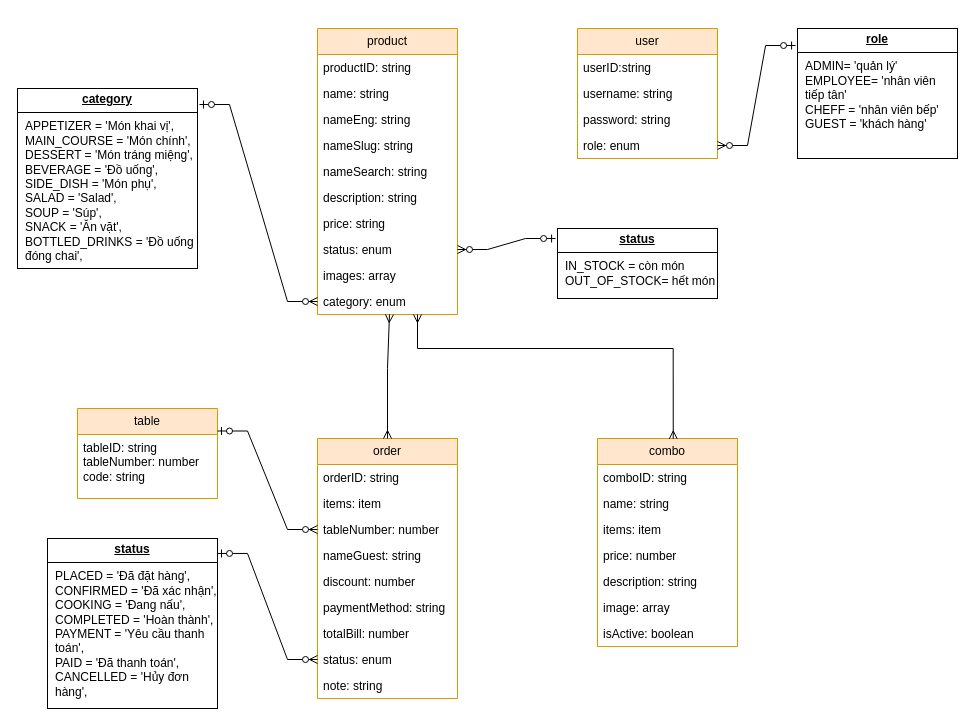
Above: page "thiết kế csdl" (2 of 3) of đề tài order bằng QR code của khách sạn balcona.drawio in phanvanhieu1/QRcode (draw.io), before the change. Source tidied: cells renumbered, new cells numbered last; positions are measured from the earlier drawing's top-left corner, leaving out a move shared by most shapes. Both pictures are drawn from the tidied source at 100%, with x=0, y=0 at pixel (17, 28).
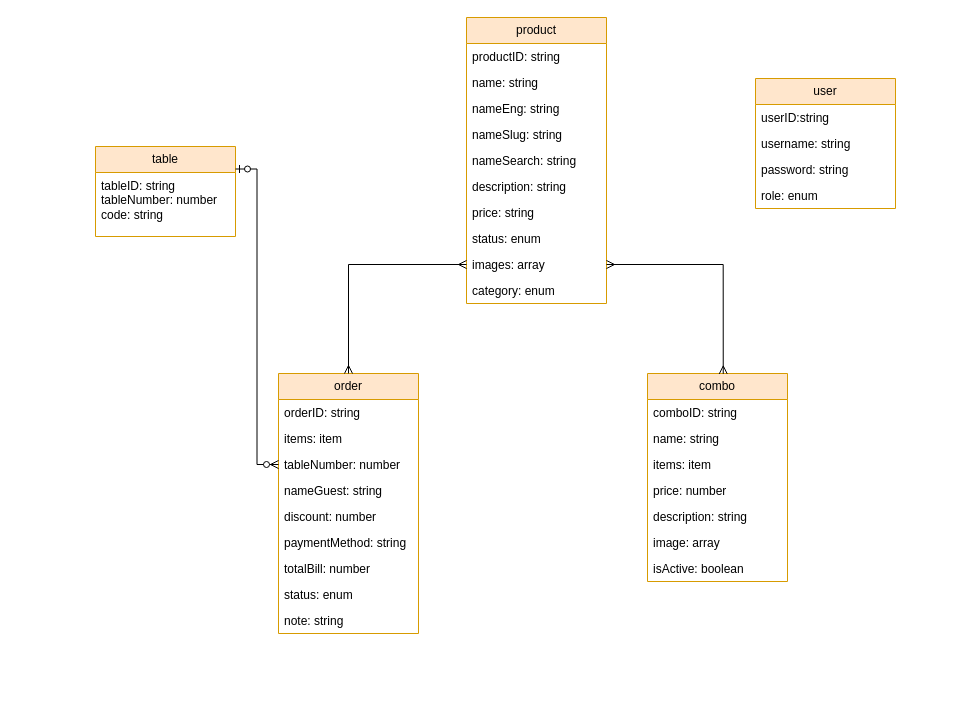
Above is the later version.

The change refers to these unchanged cells:
```xml
<mxCell id="10" value="status: enum" style="text;strokeColor=none;fillColor=none;align=left;verticalAlign=top;spacingLeft=4;spacingRight=4;overflow=hidden;points=[[0,0.5],[1,0.5]];portConstraint=eastwest;whiteSpace=wrap;html=1;" parent="2" vertex="1">
  <mxGeometry y="208" width="140" height="26" as="geometry" />
</mxCell>
<mxCell id="11" value="images: array" style="text;strokeColor=none;fillColor=none;align=left;verticalAlign=top;spacingLeft=4;spacingRight=4;overflow=hidden;points=[[0,0.5],[1,0.5]];portConstraint=eastwest;whiteSpace=wrap;html=1;" parent="2" vertex="1">
  <mxGeometry y="234" width="140" height="26" as="geometry" />
</mxCell>
<mxCell id="12" value="category: enum" style="text;strokeColor=none;fillColor=none;align=left;verticalAlign=top;spacingLeft=4;spacingRight=4;overflow=hidden;points=[[0,0.5],[1,0.5]];portConstraint=eastwest;whiteSpace=wrap;html=1;" parent="2" vertex="1">
  <mxGeometry y="260" width="140" height="26" as="geometry" />
</mxCell>
<mxCell id="18" value="tableNumber: number" style="text;strokeColor=none;fillColor=none;align=left;verticalAlign=top;spacingLeft=4;spacingRight=4;overflow=hidden;points=[[0,0.5],[1,0.5]];portConstraint=eastwest;whiteSpace=wrap;html=1;" parent="15" vertex="1">
  <mxGeometry y="78" width="140" height="26" as="geometry" />
</mxCell>
<mxCell id="23" value="status: enum" style="text;strokeColor=none;fillColor=none;align=left;verticalAlign=top;spacingLeft=4;spacingRight=4;overflow=hidden;points=[[0,0.5],[1,0.5]];portConstraint=eastwest;whiteSpace=wrap;html=1;" parent="15" vertex="1">
  <mxGeometry y="208" width="140" height="26" as="geometry" />
</mxCell>
<mxCell id="32" value="role: enum" style="text;strokeColor=none;fillColor=none;align=left;verticalAlign=top;spacingLeft=4;spacingRight=4;overflow=hidden;points=[[0,0.5],[1,0.5]];portConstraint=eastwest;whiteSpace=wrap;html=1;" parent="28" vertex="1">
  <mxGeometry y="104" width="140" height="26" as="geometry" />
</mxCell>
```

Change to the diagram source:
```diff
@@
     <mxCell id="2" value="product" style="swimlane;fontStyle=0;horizontal=1;startSize=26;fillColor=#ffe6cc;whiteSpace=wrap;html=1;strokeColor=#d79b00;" parent="1" vertex="1">
-      <mxGeometry x="300" width="140" height="286" as="geometry" />
+      <mxGeometry x="449" y="-11" width="140" height="286" as="geometry" />
     </mxCell>
@@
-    <mxCell id="13" value="&lt;p style=&quot;margin:0px;margin-top:4px;text-align:center;text-decoration:underline;&quot;&gt;&lt;b&gt;status&lt;/b&gt;&lt;/p&gt;&lt;hr size=&quot;1&quot; style=&quot;border-style:solid;&quot;&gt;&lt;p style=&quot;margin:0px;margin-left:8px;&quot;&gt;IN_STOCK = còn món&lt;br&gt;OUT_OF_STOCK= hết món&lt;br&gt;&lt;/p&gt;" style="verticalAlign=top;align=left;overflow=fill;html=1;whiteSpace=wrap;" parent="1" vertex="1">
-      <mxGeometry x="540" y="200" width="160" height="70" as="geometry" />
-    </mxCell>
-    <mxCell id="14" value="&lt;p style=&quot;margin:0px;margin-top:4px;text-align:center;text-decoration:underline;&quot;&gt;&lt;b&gt;category&lt;/b&gt;&lt;/p&gt;&lt;hr size=&quot;1&quot; style=&quot;border-style:solid;&quot;&gt;&lt;p style=&quot;margin:0px;margin-left:8px;&quot;&gt;APPETIZER = 'Món khai vị', MAIN_COURSE = 'Món chính', DESSERT = 'Món tráng miệng', BEVERAGE = 'Đồ uống', SIDE_DISH = 'Món phụ', SALAD = 'Salad',&amp;nbsp;&lt;/p&gt;&lt;p style=&quot;margin:0px;margin-left:8px;&quot;&gt;SOUP = 'Súp',&amp;nbsp;&lt;/p&gt;&lt;p style=&quot;margin:0px;margin-left:8px;&quot;&gt;SNACK = 'Ăn vặt', BOTTLED_DRINKS = 'Đồ uống đóng chai',&lt;/p&gt;" style="verticalAlign=top;align=left;overflow=fill;html=1;whiteSpace=wrap;" parent="1" vertex="1">
-      <mxGeometry y="60" width="180" height="180" as="geometry" />
-    </mxCell>
     <mxCell id="15" value="order" style="swimlane;fontStyle=0;horizontal=1;startSize=26;fillColor=#ffe6cc;whiteSpace=wrap;html=1;strokeColor=#d79b00;" parent="1" vertex="1">
-      <mxGeometry x="300" y="410" width="140" height="260" as="geometry" />
+      <mxGeometry x="261" y="345" width="140" height="260" as="geometry" />
     </mxCell>
@@
-    <mxCell id="25" value="&lt;p style=&quot;margin:0px;margin-top:4px;text-align:center;text-decoration:underline;&quot;&gt;&lt;b&gt;status&lt;/b&gt;&lt;/p&gt;&lt;hr size=&quot;1&quot; style=&quot;border-style:solid;&quot;&gt;&lt;p style=&quot;margin:0px;margin-left:8px;&quot;&gt;PLACED = 'Đã đặt hàng', CONFIRMED = 'Đã xác nhận', COOKING = 'Đang nấu', COMPLETED = 'Hoàn thành', PAYMENT = 'Yêu cầu thanh toán',&amp;nbsp;&lt;/p&gt;&lt;p style=&quot;margin:0px;margin-left:8px;&quot;&gt;PAID = 'Đã thanh toán', CANCELLED = 'Hủy đơn hàng',&lt;/p&gt;" style="verticalAlign=top;align=left;overflow=fill;html=1;whiteSpace=wrap;" parent="1" vertex="1">
-      <mxGeometry x="30" y="510" width="170" height="170" as="geometry" />
-    </mxCell>
     <mxCell id="26" value="table" style="swimlane;fontStyle=0;horizontal=1;startSize=26;fillColor=#ffe6cc;whiteSpace=wrap;html=1;strokeColor=#d79b00;" parent="1" vertex="1">
-      <mxGeometry x="60" y="380" width="140" height="90" as="geometry" />
+      <mxGeometry x="78" y="118" width="140" height="90" as="geometry" />
     </mxCell>
@@
     <mxCell id="28" value="user" style="swimlane;fontStyle=0;horizontal=1;startSize=26;fillColor=#ffe6cc;whiteSpace=wrap;html=1;strokeColor=#d79b00;" parent="1" vertex="1">
-      <mxGeometry x="560" width="140" height="130" as="geometry" />
+      <mxGeometry x="738" y="50" width="140" height="130" as="geometry" />
     </mxCell>
@@
     <mxCell id="33" value="combo" style="swimlane;fontStyle=0;horizontal=1;startSize=26;fillColor=#ffe6cc;whiteSpace=wrap;html=1;strokeColor=#d79b00;" parent="1" vertex="1">
-      <mxGeometry x="580" y="410" width="140" height="208" as="geometry" />
+      <mxGeometry x="630" y="345" width="140" height="208" as="geometry" />
     </mxCell>
@@
-    <mxCell id="41" value="&lt;p style=&quot;margin:0px;margin-top:4px;text-align:center;text-decoration:underline;&quot;&gt;&lt;b&gt;role&lt;/b&gt;&lt;/p&gt;&lt;hr size=&quot;1&quot; style=&quot;border-style:solid;&quot;&gt;&lt;p style=&quot;margin:0px;margin-left:8px;&quot;&gt;ADMIN= 'quản lý'&lt;br&gt;EMPLOYEE= 'nhân viên tiếp tân'&lt;br&gt;&lt;/p&gt;&lt;p style=&quot;margin:0px;margin-left:8px;&quot;&gt;CHEFF = 'nhân viên bếp'&lt;/p&gt;&lt;p style=&quot;margin:0px;margin-left:8px;&quot;&gt;GUEST = 'khách hàng'&lt;/p&gt;&lt;p style=&quot;margin:0px;margin-left:8px;&quot;&gt;&lt;br&gt;&lt;/p&gt;" style="verticalAlign=top;align=left;overflow=fill;html=1;whiteSpace=wrap;" parent="1" vertex="1">
-      <mxGeometry x="780" width="160" height="130" as="geometry" />
-    </mxCell>
-    <mxCell id="42" style="fontSize=12;html=1;endArrow=ERmany;startArrow=ERmany;rounded=0;entryX=0.514;entryY=1;entryDx=0;entryDy=0;entryPerimeter=0;exitX=0.5;exitY=0;exitDx=0;exitDy=0;" parent="1" edge="1" source="15" target="12">
-      <mxGeometry relative="1" as="geometry">
-        <Array as="points">
-          <mxPoint x="370" y="340" />
-        </Array>
-      </mxGeometry>
+    <mxCell id="42" style="fontSize=12;html=1;endArrow=ERmany;startArrow=ERmany;rounded=0;exitX=0.5;exitY=0;exitDx=0;exitDy=0;edgeStyle=orthogonalEdgeStyle;entryX=0;entryY=0.5;entryDx=0;entryDy=0;" parent="1" edge="1" source="15" target="11">
+      <mxGeometry relative="1" as="geometry" />
     </mxCell>
-    <mxCell id="43" style="edgeStyle=entityRelationEdgeStyle;fontSize=12;html=1;endArrow=ERzeroToMany;startArrow=ERzeroToOne;rounded=0;exitX=1.011;exitY=0.089;exitDx=0;exitDy=0;exitPerimeter=0;entryX=0;entryY=0.5;entryDx=0;entryDy=0;" parent="1" edge="1" source="14" target="12">
-      <mxGeometry relative="1" as="geometry">
-        <Array as="points">
-          <mxPoint x="270" y="280" />
-        </Array>
-      </mxGeometry>
-    </mxCell>
-    <mxCell id="44" style="edgeStyle=entityRelationEdgeStyle;fontSize=12;html=1;endArrow=ERzeroToMany;startArrow=ERzeroToOne;rounded=0;exitX=-0.012;exitY=0.143;exitDx=0;exitDy=0;exitPerimeter=0;entryX=1;entryY=0.5;entryDx=0;entryDy=0;" parent="1" edge="1" source="13" target="10">
-      <mxGeometry relative="1" as="geometry">
-        <Array as="points">
-          <mxPoint x="588" y="414" />
-          <mxPoint x="588" y="314" />
-          <mxPoint x="818" y="404" />
-        </Array>
-      </mxGeometry>
-    </mxCell>
-    <mxCell id="45" style="edgeStyle=entityRelationEdgeStyle;fontSize=12;html=1;endArrow=ERzeroToMany;startArrow=ERzeroToOne;rounded=0;exitX=-0.012;exitY=0.131;exitDx=0;exitDy=0;exitPerimeter=0;entryX=1;entryY=0.5;entryDx=0;entryDy=0;" parent="1" edge="1" source="41" target="32">
-      <mxGeometry relative="1" as="geometry">
-        <Array as="points">
-          <mxPoint x="918" y="303.5" />
-        </Array>
-      </mxGeometry>
-    </mxCell>
-    <mxCell id="46" style="edgeStyle=entityRelationEdgeStyle;fontSize=12;html=1;endArrow=ERzeroToMany;startArrow=ERzeroToOne;rounded=0;exitX=1;exitY=0.25;exitDx=0;exitDy=0;entryX=0;entryY=0.5;entryDx=0;entryDy=0;" parent="1" edge="1" source="26" target="18">
-      <mxGeometry relative="1" as="geometry">
-        <Array as="points">
-          <mxPoint x="318" y="524" />
-        </Array>
-      </mxGeometry>
+    <mxCell id="46" style="edgeStyle=orthogonalEdgeStyle;fontSize=12;html=1;endArrow=ERzeroToMany;startArrow=ERzeroToOne;rounded=0;exitX=1;exitY=0.25;exitDx=0;exitDy=0;entryX=0;entryY=0.5;entryDx=0;entryDy=0;" parent="1" edge="1" source="26" target="18">
+      <mxGeometry relative="1" as="geometry" />
     </mxCell>
-    <mxCell id="47" style="edgeStyle=entityRelationEdgeStyle;fontSize=12;html=1;endArrow=ERzeroToMany;startArrow=ERzeroToOne;rounded=0;exitX=1;exitY=0.088;exitDx=0;exitDy=0;entryX=0;entryY=0.5;entryDx=0;entryDy=0;exitPerimeter=0;" parent="1" edge="1" source="25" target="23">
-      <mxGeometry relative="1" as="geometry">
-        <Array as="points">
-          <mxPoint x="348" y="783" />
-        </Array>
-      </mxGeometry>
-    </mxCell>
-    <mxCell id="48" style="edgeStyle=orthogonalEdgeStyle;rounded=0;jettySize=auto;html=1;entryX=0.541;entryY=0.002;entryDx=0;entryDy=0;entryPerimeter=0;startArrow=ERmany;startFill=0;endArrow=ERmany;endFill=0;" parent="1" edge="1" source="2" target="33">
-      <mxGeometry relative="1" as="geometry">
-        <Array as="points">
-          <mxPoint x="400" y="320" />
-          <mxPoint x="656" y="320" />
-        </Array>
-      </mxGeometry>
+    <mxCell id="48" style="rounded=0;jettySize=auto;html=1;entryX=0.541;entryY=0.002;entryDx=0;entryDy=0;entryPerimeter=0;startArrow=ERmany;startFill=0;endArrow=ERmany;endFill=0;exitX=1;exitY=0.5;exitDx=0;exitDy=0;edgeStyle=orthogonalEdgeStyle;" parent="1" edge="1" source="11" target="33">
+      <mxGeometry relative="1" as="geometry" />
     </mxCell>
```
